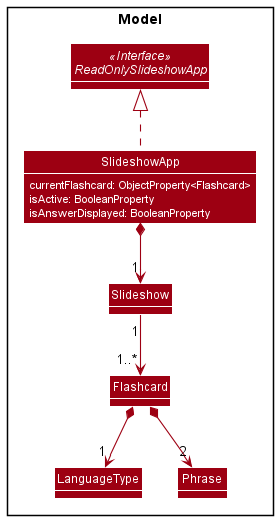
Above: docs/images/SlideshowAppClassDiagram.png in sharmainec/tp (PlantUML), before the change.
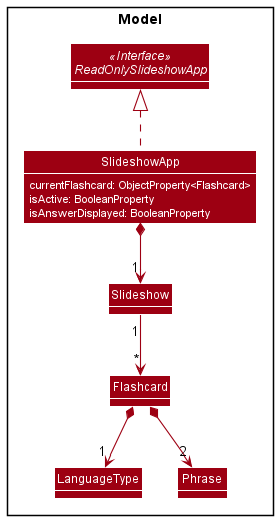
After the change.

Commit message:
Edit links and SlideshowApp diagram

Diff of the diagram source:
```diff
@@ -25,7 +25,7 @@
 
 SlideshowApp .up.|> ReadOnlySlideshowApp
 SlideshowApp *--> "1" Slideshow
-Slideshow "1" --> "1..*" Flashcard
+Slideshow "1" --> "*" Flashcard
 Flashcard *--> "1" LanguageType
 Flashcard *--> "2" Phrase
 
```
